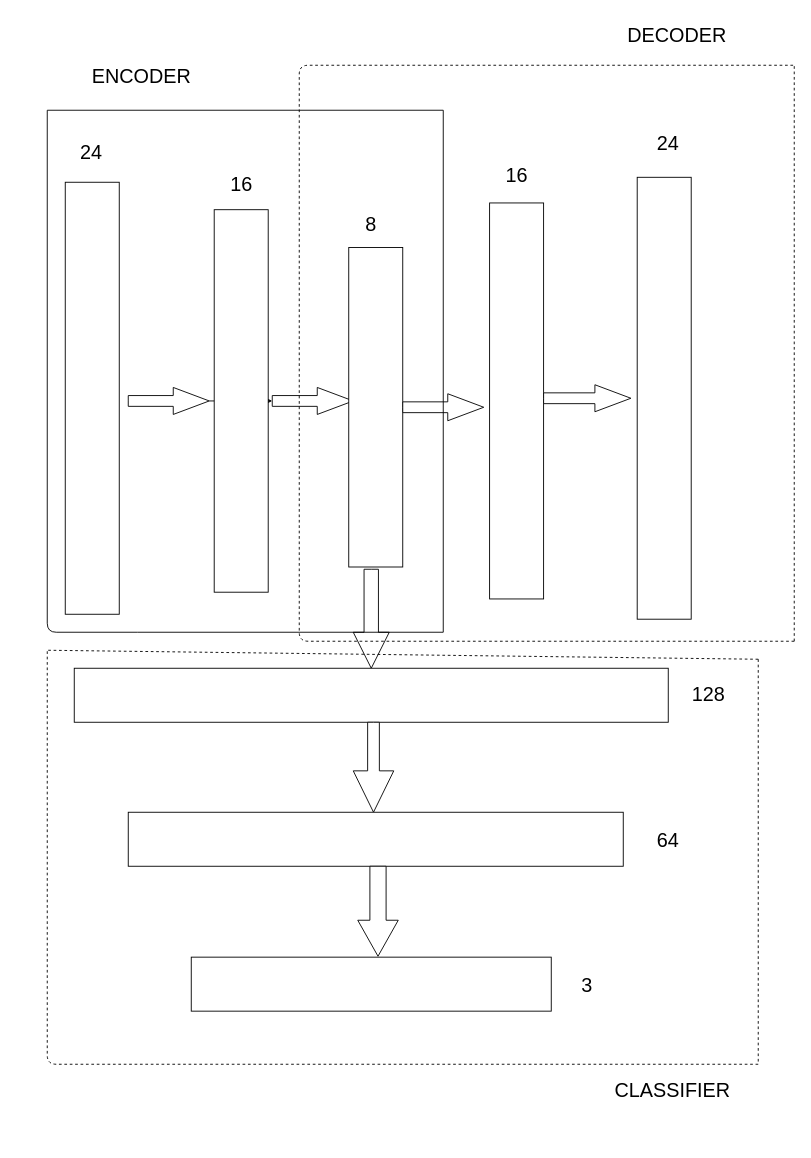
The draw.io diagram docs/Untitled Diagram.drawio in mvp18/Student-Academic-Performance, before the edit. Source tidied: cells renumbered, new cells numbered last; positions are measured from the earlier drawing's top-left corner, leaving out a move shared by most shapes. Both pictures are drawn from the tidied source at 90%, with x=0, y=0 at pixel (-124, 15).
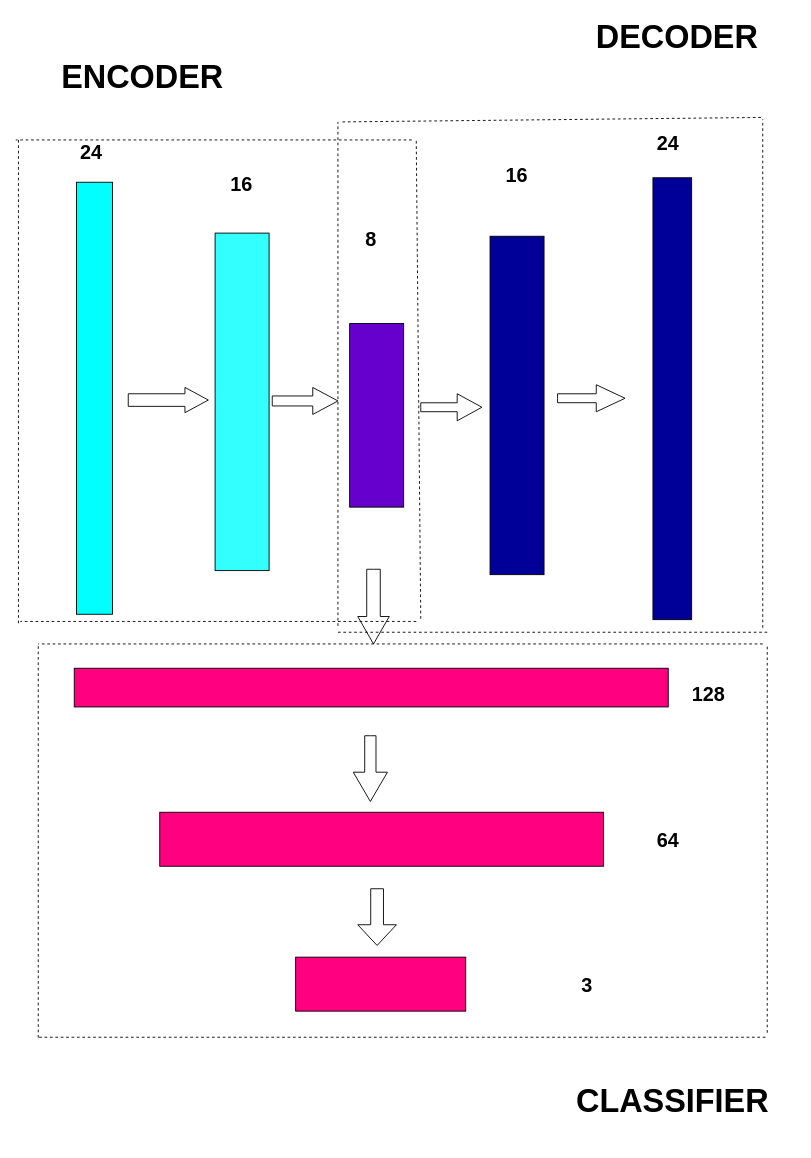
After the change.

Change to the diagram source:
```diff
@@
-    <mxCell id="2" style="rounded=0;whiteSpace=wrap;html=1;rotation=90;" parent="1" vertex="1">
-      <mxGeometry y="395" width="480" height="60" as="geometry" />
+    <mxCell id="2" style="rounded=0;whiteSpace=wrap;html=1;rotation=90;fillColor=#00FFFF;" parent="1" vertex="1">
+      <mxGeometry x="2.5" y="405" width="480" height="40" as="geometry" />
     </mxCell>
-    <mxCell id="3" style="edgeStyle=orthogonalEdgeStyle;rounded=0;jettySize=auto;html=1;" parent="1" edge="1" source="4" target="5">
-      <mxGeometry relative="1" as="geometry" />
-    </mxCell>
-    <mxCell id="4" style="html=1;shadow=0;dashed=0;align=center;verticalAlign=middle;shape=mxgraph.arrows2.arrow;dy=0.6;dx=40;notch=0;" parent="1" vertex="1">
-      <mxGeometry x="280" y="413" width="90" height="30" as="geometry" />
+    <mxCell id="4" style="html=1;shadow=0;dashed=0;align=center;verticalAlign=middle;shape=mxgraph.arrows2.arrow;dy=0.5;dx=26;notch=0;" parent="1" vertex="1">
+      <mxGeometry x="280" y="413" width="89" height="28" as="geometry" />
     </mxCell>
-    <mxCell id="5" style="html=1;shadow=0;dashed=0;align=center;verticalAlign=middle;shape=mxgraph.arrows2.arrow;dy=0.6;dx=40;notch=0;" parent="1" vertex="1">
-      <mxGeometry x="440" y="413" width="90" height="30" as="geometry" />
+    <mxCell id="5" style="html=1;shadow=0;dashed=0;align=center;verticalAlign=middle;shape=mxgraph.arrows2.arrow;dy=0.63;dx=28;notch=0;" parent="1" vertex="1">
+      <mxGeometry x="440" y="413" width="73" height="30" as="geometry" />
     </mxCell>
-    <mxCell id="6" style="rounded=0;whiteSpace=wrap;html=1;rotation=90;" parent="1" vertex="1">
-      <mxGeometry x="193" y="398" width="425" height="60" as="geometry" />
+    <mxCell id="6" style="rounded=0;whiteSpace=wrap;html=1;rotation=90;fillColor=#33FFFF;strokeColor=#000000;" parent="1" vertex="1">
+      <mxGeometry x="219" y="399" width="375" height="60" as="geometry" />
     </mxCell>
-    <mxCell id="7" style="rounded=0;whiteSpace=wrap;html=1;rotation=90;" parent="1" vertex="1">
-      <mxGeometry x="377.5" y="405" width="355" height="60" as="geometry" />
+    <mxCell id="7" style="rounded=0;whiteSpace=wrap;html=1;rotation=90;fillColor=#6600CC;" parent="1" vertex="1">
+      <mxGeometry x="454" y="414" width="204" height="60" as="geometry" />
     </mxCell>
-    <mxCell id="8" style="rounded=0;whiteSpace=wrap;html=1;rotation=90;" parent="1" vertex="1">
-      <mxGeometry x="491.5" y="398" width="440" height="60" as="geometry" />
+    <mxCell id="8" style="rounded=0;whiteSpace=wrap;html=1;rotation=90;fillColor=#000099;" parent="1" vertex="1">
+      <mxGeometry x="524" y="403" width="376" height="60" as="geometry" />
     </mxCell>
-    <mxCell id="9" style="html=1;shadow=0;dashed=0;align=center;verticalAlign=middle;shape=mxgraph.arrows2.arrow;dy=0.6;dx=40;notch=0;" parent="1" vertex="1">
-      <mxGeometry x="741.5" y="410" width="97" height="30" as="geometry" />
+    <mxCell id="9" style="html=1;shadow=0;dashed=0;align=center;verticalAlign=middle;shape=mxgraph.arrows2.arrow;dy=0.67;dx=32;notch=0;" parent="1" vertex="1">
+      <mxGeometry x="757" y="410" width="75" height="30" as="geometry" />
     </mxCell>
-    <mxCell id="10" style="rounded=0;whiteSpace=wrap;html=1;rotation=-90;" parent="1" vertex="1">
-      <mxGeometry x="630" y="395" width="491" height="60" as="geometry" />
+    <mxCell id="10" style="rounded=0;whiteSpace=wrap;html=1;rotation=-90;fillColor=#000099;" parent="1" vertex="1">
+      <mxGeometry x="639" y="404" width="491" height="43" as="geometry" />
     </mxCell>
-    <mxCell id="11" style="html=1;shadow=0;dashed=0;align=center;verticalAlign=middle;shape=mxgraph.arrows2.arrow;dy=0.6;dx=40;direction=south;notch=0;" parent="1" vertex="1">
-      <mxGeometry x="530" y="615" width="40" height="110" as="geometry" />
+    <mxCell id="11" style="html=1;shadow=0;dashed=0;align=center;verticalAlign=middle;shape=mxgraph.arrows2.arrow;dy=0.57;dx=30.5;direction=south;notch=0;" parent="1" vertex="1">
+      <mxGeometry x="535" y="615" width="35" height="83" as="geometry" />
     </mxCell>
-    <mxCell id="12" style="rounded=0;whiteSpace=wrap;html=1;" parent="1" vertex="1">
-      <mxGeometry x="220" y="725" width="660" height="60" as="geometry" />
+    <mxCell id="12" style="rounded=0;whiteSpace=wrap;html=1;fillColor=#FF0080;" parent="1" vertex="1">
+      <mxGeometry x="220" y="725" width="660" height="43" as="geometry" />
     </mxCell>
-    <mxCell id="13" style="html=1;shadow=0;dashed=0;align=center;verticalAlign=middle;shape=mxgraph.arrows2.arrow;dy=0.71;dx=46;direction=south;notch=0;" parent="1" vertex="1">
-      <mxGeometry x="530" y="785" width="45" height="100" as="geometry" />
+    <mxCell id="13" style="html=1;shadow=0;dashed=0;align=center;verticalAlign=middle;shape=mxgraph.arrows2.arrow;dy=0.67;dx=32.5;direction=south;notch=0;" parent="1" vertex="1">
+      <mxGeometry x="530" y="800" width="38" height="73" as="geometry" />
     </mxCell>
-    <mxCell id="14" style="rounded=0;whiteSpace=wrap;html=1;" parent="1" vertex="1">
-      <mxGeometry x="280" y="885" width="550" height="60" as="geometry" />
+    <mxCell id="14" style="rounded=0;whiteSpace=wrap;html=1;fillColor=#FF0080;" parent="1" vertex="1">
+      <mxGeometry x="315" y="885" width="493" height="60" as="geometry" />
     </mxCell>
-    <mxCell id="15" style="html=1;shadow=0;dashed=0;align=center;verticalAlign=middle;shape=mxgraph.arrows2.arrow;dy=0.6;dx=40;direction=south;notch=0;" parent="1" vertex="1">
-      <mxGeometry x="535" y="945" width="45" height="100" as="geometry" />
+    <mxCell id="15" style="html=1;shadow=0;dashed=0;align=center;verticalAlign=middle;shape=mxgraph.arrows2.arrow;dy=0.67;dx=23;direction=south;notch=0;" parent="1" vertex="1">
+      <mxGeometry x="535" y="970" width="43" height="63" as="geometry" />
     </mxCell>
-    <mxCell id="16" style="rounded=0;whiteSpace=wrap;html=1;" parent="1" vertex="1">
-      <mxGeometry x="350" y="1046" width="400" height="60" as="geometry" />
+    <mxCell id="16" style="rounded=0;whiteSpace=wrap;html=1;fillColor=#FF0080;" parent="1" vertex="1">
+      <mxGeometry x="466" y="1046" width="189" height="60" as="geometry" />
     </mxCell>
-    <mxCell id="17" value="16" style="text;html=1;strokeColor=none;fillColor=#ffffff;align=center;verticalAlign=middle;whiteSpace=wrap;rounded=0;fontSize=22;" parent="1" vertex="1">
+    <mxCell id="17" value="&lt;b&gt;16&lt;/b&gt;" style="text;html=1;strokeColor=none;fillColor=#ffffff;align=center;verticalAlign=middle;whiteSpace=wrap;rounded=0;fontSize=22;" parent="1" vertex="1">
       <mxGeometry x="370.5" y="165" width="70" height="45" as="geometry" />
     </mxCell>
-    <mxCell id="18" value="24" style="text;html=1;strokeColor=none;fillColor=#ffffff;align=center;verticalAlign=middle;whiteSpace=wrap;rounded=0;fontSize=22;" parent="1" vertex="1">
+    <mxCell id="18" value="&lt;b&gt;24&lt;/b&gt;" style="text;html=1;strokeColor=none;fillColor=#ffffff;align=center;verticalAlign=middle;whiteSpace=wrap;rounded=0;fontSize=22;" parent="1" vertex="1">
       <mxGeometry x="204" y="130" width="70" height="45" as="geometry" />
     </mxCell>
-    <mxCell id="19" value="8" style="text;html=1;strokeColor=none;fillColor=#ffffff;align=center;verticalAlign=middle;whiteSpace=wrap;rounded=0;fontSize=22;" parent="1" vertex="1">
-      <mxGeometry x="515" y="210" width="70" height="45" as="geometry" />
+    <mxCell id="19" value="&lt;b&gt;8&lt;/b&gt;" style="text;html=1;strokeColor=none;fillColor=#ffffff;align=center;verticalAlign=middle;whiteSpace=wrap;rounded=0;fontSize=22;" parent="1" vertex="1">
+      <mxGeometry x="515" y="210" width="70" height="78" as="geometry" />
     </mxCell>
-    <mxCell id="20" value="24" style="text;html=1;strokeColor=none;fillColor=#ffffff;align=center;verticalAlign=middle;whiteSpace=wrap;rounded=0;fontSize=22;" parent="1" vertex="1">
+    <mxCell id="20" value="&lt;b&gt;24&lt;/b&gt;" style="text;html=1;strokeColor=none;fillColor=#ffffff;align=center;verticalAlign=middle;whiteSpace=wrap;rounded=0;fontSize=22;" parent="1" vertex="1">
       <mxGeometry x="845" y="120" width="70" height="45" as="geometry" />
     </mxCell>
-    <mxCell id="21" value="128" style="text;html=1;strokeColor=none;fillColor=#ffffff;align=center;verticalAlign=middle;whiteSpace=wrap;rounded=0;fontSize=22;" parent="1" vertex="1">
+    <mxCell id="21" value="&lt;b&gt;128&lt;/b&gt;" style="text;html=1;strokeColor=none;fillColor=#ffffff;align=center;verticalAlign=middle;whiteSpace=wrap;rounded=0;fontSize=22;" parent="1" vertex="1">
       <mxGeometry x="890" y="732.5" width="70" height="45" as="geometry" />
     </mxCell>
-    <mxCell id="22" value="64" style="text;html=1;strokeColor=none;fillColor=#ffffff;align=center;verticalAlign=middle;whiteSpace=wrap;rounded=0;fontSize=22;" parent="1" vertex="1">
+    <mxCell id="22" value="&lt;b&gt;64&lt;/b&gt;" style="text;html=1;strokeColor=none;fillColor=#ffffff;align=center;verticalAlign=middle;whiteSpace=wrap;rounded=0;fontSize=22;" parent="1" vertex="1">
       <mxGeometry x="845" y="894" width="70" height="45" as="geometry" />
     </mxCell>
-    <mxCell id="23" value="3" style="text;html=1;strokeColor=none;fillColor=#ffffff;align=center;verticalAlign=middle;whiteSpace=wrap;rounded=0;fontSize=22;" parent="1" vertex="1">
+    <mxCell id="23" value="&lt;b&gt;3&lt;/b&gt;" style="text;html=1;strokeColor=none;fillColor=#ffffff;align=center;verticalAlign=middle;whiteSpace=wrap;rounded=0;fontSize=22;" parent="1" vertex="1">
       <mxGeometry x="755" y="1055" width="70" height="45" as="geometry" />
     </mxCell>
-    <mxCell id="24" style="html=1;shadow=0;dashed=0;align=center;verticalAlign=middle;shape=mxgraph.arrows2.arrow;dy=0.6;dx=40;notch=0;" parent="1" vertex="1">
-      <mxGeometry x="585" y="420" width="90" height="30" as="geometry" />
+    <mxCell id="24" style="html=1;shadow=0;dashed=0;align=center;verticalAlign=middle;shape=mxgraph.arrows2.arrow;dy=0.67;dx=27.5;notch=0;" parent="1" vertex="1">
+      <mxGeometry x="605" y="420" width="68" height="30" as="geometry" />
     </mxCell>
-    <mxCell id="25" value="16" style="text;html=1;strokeColor=none;fillColor=#ffffff;align=center;verticalAlign=middle;whiteSpace=wrap;rounded=0;fontSize=22;" parent="1" vertex="1">
+    <mxCell id="25" value="&lt;b&gt;16&lt;/b&gt;" style="text;html=1;strokeColor=none;fillColor=#ffffff;align=center;verticalAlign=middle;whiteSpace=wrap;rounded=0;fontSize=22;" parent="1" vertex="1">
       <mxGeometry x="676.5" y="155" width="70" height="45" as="geometry" />
     </mxCell>
-    <mxCell id="26" style="endArrow=none;html=1;" parent="1" edge="1">
-      <mxGeometry relative="1" as="geometry">
-        <mxPoint x="290" y="685" as="sourcePoint" />
-        <mxPoint x="190" y="105" as="targetPoint" />
-        <Array as="points">
-          <mxPoint x="190" y="685" />
-        </Array>
-      </mxGeometry>
-    </mxCell>
-    <mxCell id="27" style="endArrow=none;html=1;" parent="1" edge="1">
-      <mxGeometry relative="1" as="geometry">
-        <mxPoint x="190" y="105" as="sourcePoint" />
-        <mxPoint x="630" y="105" as="targetPoint" />
-      </mxGeometry>
-    </mxCell>
-    <mxCell id="28" style="endArrow=none;html=1;" parent="1" edge="1">
-      <mxGeometry relative="1" as="geometry">
-        <mxPoint x="630" y="685" as="sourcePoint" />
-        <mxPoint x="290" y="685" as="targetPoint" />
-      </mxGeometry>
-    </mxCell>
-    <mxCell id="29" style="endArrow=none;html=1;" parent="1" edge="1">
-      <mxGeometry relative="1" as="geometry">
-        <mxPoint x="630" y="685" as="sourcePoint" />
-        <mxPoint x="630" y="105" as="targetPoint" />
-      </mxGeometry>
-    </mxCell>
-    <mxCell id="30" style="endArrow=none;dashed=1;html=1;" parent="1" edge="1">
-      <mxGeometry relative="1" as="geometry">
-        <mxPoint x="1020" y="695" as="sourcePoint" />
-        <mxPoint x="1020" y="55" as="targetPoint" />
-        <Array as="points">
-          <mxPoint x="470" y="695" />
-          <mxPoint x="470" y="55" />
-        </Array>
-      </mxGeometry>
-    </mxCell>
-    <mxCell id="31" style="endArrow=none;dashed=1;html=1;" parent="1" edge="1">
-      <mxGeometry relative="1" as="geometry">
-        <mxPoint x="1020" y="695" as="sourcePoint" />
-        <mxPoint x="1020" y="55" as="targetPoint" />
-      </mxGeometry>
-    </mxCell>
-    <mxCell id="32" value="ENCODER" style="text;html=1;strokeColor=none;fillColor=#ffffff;align=center;verticalAlign=middle;whiteSpace=wrap;rounded=0;fontSize=22;" parent="1" vertex="1">
-      <mxGeometry x="210" y="45" width="170" height="45" as="geometry" />
+    <mxCell id="32" value="&lt;font style=&quot;font-size: 36px&quot;&gt;&lt;b&gt;ENCODER&lt;/b&gt;&lt;/font&gt;" style="text;html=1;strokeColor=none;fillColor=#ffffff;align=center;verticalAlign=middle;whiteSpace=wrap;rounded=0;fontSize=22;" parent="1" vertex="1">
+      <mxGeometry x="211" y="45" width="170" height="45" as="geometry" />
     </mxCell>
-    <mxCell id="33" value="DECODER" style="text;html=1;strokeColor=none;fillColor=#ffffff;align=center;verticalAlign=middle;whiteSpace=wrap;rounded=0;fontSize=22;" parent="1" vertex="1">
+    <mxCell id="33" value="&lt;font style=&quot;font-size: 36px&quot;&gt;&lt;b&gt;DECODER&lt;/b&gt;&lt;/font&gt;" style="text;html=1;strokeColor=none;fillColor=#ffffff;align=center;verticalAlign=middle;whiteSpace=wrap;rounded=0;fontSize=22;" parent="1" vertex="1">
       <mxGeometry x="805" width="170" height="45" as="geometry" />
     </mxCell>
-    <mxCell id="34" style="endArrow=none;dashed=1;html=1;" parent="1" edge="1">
-      <mxGeometry relative="1" as="geometry">
-        <mxPoint x="980" y="1165" as="sourcePoint" />
-        <mxPoint x="190" y="705" as="targetPoint" />
-        <Array as="points">
-          <mxPoint x="190" y="1165" />
-        </Array>
-      </mxGeometry>
-    </mxCell>
-    <mxCell id="35" style="endArrow=none;dashed=1;html=1;" parent="1" edge="1">
-      <mxGeometry relative="1" as="geometry">
-        <mxPoint x="980" y="715" as="sourcePoint" />
-        <mxPoint x="190" y="705" as="targetPoint" />
-      </mxGeometry>
-    </mxCell>
-    <mxCell id="36" style="endArrow=none;dashed=1;html=1;" parent="1" edge="1">
-      <mxGeometry relative="1" as="geometry">
-        <mxPoint x="980" y="715" as="sourcePoint" />
-        <mxPoint x="980" y="1165" as="targetPoint" />
-      </mxGeometry>
-    </mxCell>
-    <mxCell id="37" value="CLASSIFIER&lt;br&gt;&lt;br&gt;" style="text;html=1;strokeColor=none;fillColor=#ffffff;align=center;verticalAlign=middle;whiteSpace=wrap;rounded=0;fontSize=22;" parent="1" vertex="1">
-      <mxGeometry x="800" y="1185" width="170" height="45" as="geometry" />
+    <mxCell id="37" value="&lt;b&gt;&lt;font style=&quot;font-size: 36px&quot;&gt;CLASSIFIER&lt;br&gt;&lt;/font&gt;&lt;/b&gt;&lt;br&gt;" style="text;html=1;strokeColor=none;fillColor=#ffffff;align=center;verticalAlign=middle;whiteSpace=wrap;rounded=0;fontSize=22;" parent="1" vertex="1">
+      <mxGeometry x="800" y="1205" width="170" height="25" as="geometry" />
     </mxCell>
+    <mxCell id="38" style="endArrow=none;dashed=1;html=1;" parent="1" edge="1">
+      <mxGeometry relative="1" as="geometry">
+        <mxPoint x="990" y="1130" as="sourcePoint" />
+        <mxPoint x="990" y="698" as="targetPoint" />
+      </mxGeometry>
+    </mxCell>
+    <mxCell id="39" style="endArrow=none;dashed=1;html=1;" parent="1" edge="1">
+      <mxGeometry relative="1" as="geometry">
+        <mxPoint x="180" y="1135.5" as="sourcePoint" />
+        <mxPoint x="180" y="700" as="targetPoint" />
+      </mxGeometry>
+    </mxCell>
+    <mxCell id="40" style="endArrow=none;dashed=1;html=1;" parent="1" edge="1">
+      <mxGeometry relative="1" as="geometry">
+        <mxPoint x="985" y="680" as="sourcePoint" />
+        <mxPoint x="985" y="115" as="targetPoint" />
+      </mxGeometry>
+    </mxCell>
+    <mxCell id="41" style="endArrow=none;dashed=1;html=1;" parent="1" edge="1">
+      <mxGeometry relative="1" as="geometry">
+        <mxPoint x="513" y="678" as="sourcePoint" />
+        <mxPoint x="513" y="118" as="targetPoint" />
+      </mxGeometry>
+    </mxCell>
+    <mxCell id="42" style="endArrow=none;dashed=1;html=1;" parent="1" edge="1">
+      <mxGeometry relative="1" as="geometry">
+        <mxPoint x="605" y="670" as="sourcePoint" />
+        <mxPoint x="600" y="138" as="targetPoint" />
+      </mxGeometry>
+    </mxCell>
+    <mxCell id="43" style="endArrow=none;dashed=1;html=1;" parent="1" edge="1">
+      <mxGeometry relative="1" as="geometry">
+        <mxPoint x="158" y="675" as="sourcePoint" />
+        <mxPoint x="158" y="135" as="targetPoint" />
+      </mxGeometry>
+    </mxCell>
+    <mxCell id="44" style="endArrow=none;dashed=1;html=1;" parent="1" edge="1">
+      <mxGeometry relative="1" as="geometry">
+        <mxPoint x="595" y="138" as="sourcePoint" />
+        <mxPoint x="155" y="138" as="targetPoint" />
+      </mxGeometry>
+    </mxCell>
+    <mxCell id="45" style="endArrow=none;dashed=1;html=1;" parent="1" edge="1">
+      <mxGeometry relative="1" as="geometry">
+        <mxPoint x="600" y="673" as="sourcePoint" />
+        <mxPoint x="160" y="673" as="targetPoint" />
+      </mxGeometry>
+    </mxCell>
+    <mxCell id="46" style="endArrow=none;dashed=1;html=1;" parent="1" edge="1">
+      <mxGeometry relative="1" as="geometry">
+        <mxPoint x="990" y="685" as="sourcePoint" />
+        <mxPoint x="513" y="685" as="targetPoint" />
+      </mxGeometry>
+    </mxCell>
+    <mxCell id="47" style="endArrow=none;dashed=1;html=1;" parent="1" edge="1">
+      <mxGeometry relative="1" as="geometry">
+        <mxPoint x="983" y="113" as="sourcePoint" />
+        <mxPoint x="515" y="118" as="targetPoint" />
+      </mxGeometry>
+    </mxCell>
+    <mxCell id="48" style="endArrow=none;dashed=1;html=1;" parent="1" edge="1">
+      <mxGeometry relative="1" as="geometry">
+        <mxPoint x="988" y="1135" as="sourcePoint" />
+        <mxPoint x="180" y="1135" as="targetPoint" />
+      </mxGeometry>
+    </mxCell>
+    <mxCell id="49" style="endArrow=none;dashed=1;html=1;" parent="1" edge="1">
+      <mxGeometry relative="1" as="geometry">
+        <mxPoint x="985" y="698" as="sourcePoint" />
+        <mxPoint x="180" y="698" as="targetPoint" />
+      </mxGeometry>
+    </mxCell>
```
